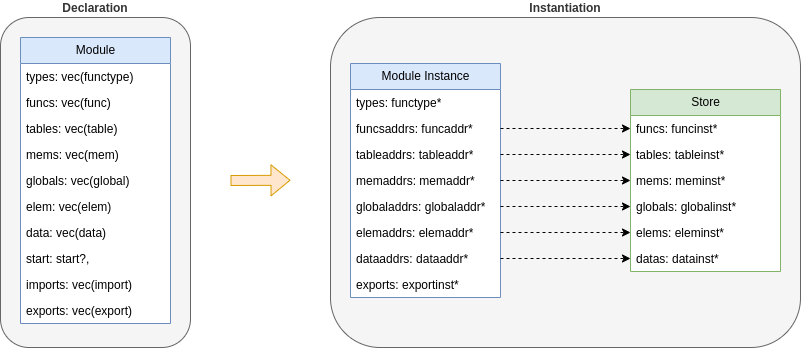
Earlier version of the draw.io export docs/module_instantiation.png (AFKoffee/wasm-concurrency-analysis). Source tidied: cells renumbered, new cells last; positions are measured from the earlier drawing's top-left corner, leaving out a move shared by most shapes.
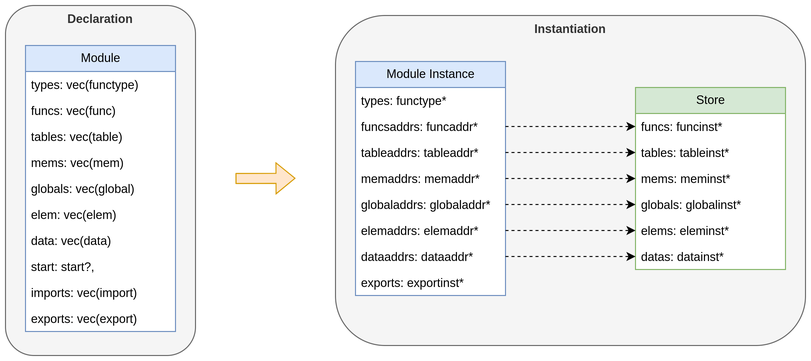
Above is the later version.

Change to the diagram source:
```diff
@@ -2,14 +2,14 @@
   <root>
     <mxCell id="0" />
     <mxCell id="1" parent="0" />
-    <mxCell id="2" value="Instantiation" style="rounded=1;whiteSpace=wrap;html=1;fillColor=#f5f5f5;fontColor=#333333;strokeColor=#666666;fontStyle=1;verticalAlign=bottom;labelPosition=center;verticalLabelPosition=top;align=center;" parent="1" vertex="1">
+    <mxCell id="2" value="Instantiation" style="rounded=1;whiteSpace=wrap;html=1;fillColor=#f5f5f5;fontColor=#333333;strokeColor=#666666;fontStyle=1;verticalAlign=top;labelPosition=center;verticalLabelPosition=middle;align=center;" parent="1" vertex="1">
       <mxGeometry x="330" width="470" height="330" as="geometry" />
     </mxCell>
-    <mxCell id="3" value="Declaration" style="rounded=1;whiteSpace=wrap;html=1;fillColor=#f5f5f5;fontColor=#333333;strokeColor=#666666;verticalAlign=bottom;labelPosition=center;verticalLabelPosition=top;align=center;fontStyle=1;" parent="1" vertex="1">
-      <mxGeometry width="190" height="330" as="geometry" />
+    <mxCell id="3" value="Declaration" style="rounded=1;whiteSpace=wrap;html=1;fillColor=#f5f5f5;fontColor=#333333;strokeColor=#666666;verticalAlign=top;labelPosition=center;verticalLabelPosition=middle;align=center;fontStyle=1;" parent="1" vertex="1">
+      <mxGeometry y="-10" width="190" height="350" as="geometry" />
     </mxCell>
     <mxCell id="4" value="Module" style="swimlane;fontStyle=0;horizontal=1;startSize=26;html=1;fillColor=#dae8fc;strokeColor=#6c8ebf;swimlaneFillColor=default;" parent="1" vertex="1">
-      <mxGeometry x="20" y="20" width="150" height="286" as="geometry" />
+      <mxGeometry x="20" y="30" width="150" height="286" as="geometry" />
     </mxCell>
     <mxCell id="5" value="types: vec(functype)" style="text;strokeColor=none;fillColor=none;align=left;verticalAlign=top;spacingLeft=4;spacingRight=4;overflow=hidden;whiteSpace=wrap;html=1;" parent="4" vertex="1">
       <mxGeometry y="26" width="150" height="26" as="geometry" />
```
